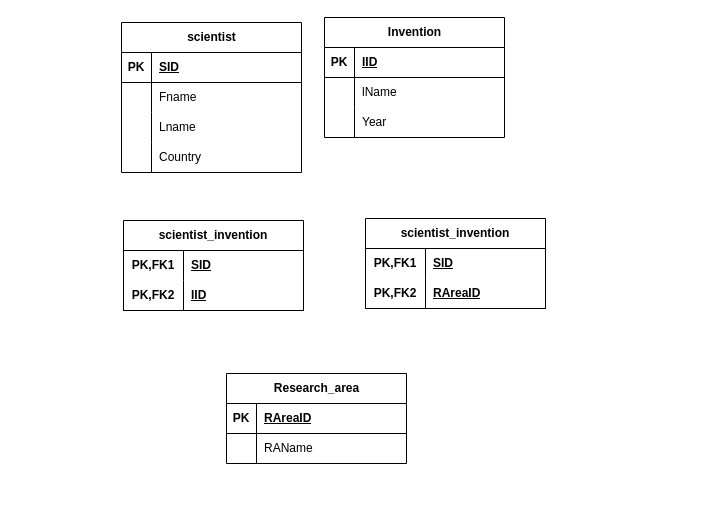
Above: RA2A2_act_(1).drawio in victor06-git/Progam_with_Victor (draw.io), before the change. Source tidied: cells renumbered, new cells numbered last; positions are measured from the earlier drawing's top-left corner, leaving out a move shared by most shapes. Both pictures are drawn from the tidied source at 100%, with x=0, y=0 at pixel (121, 17).
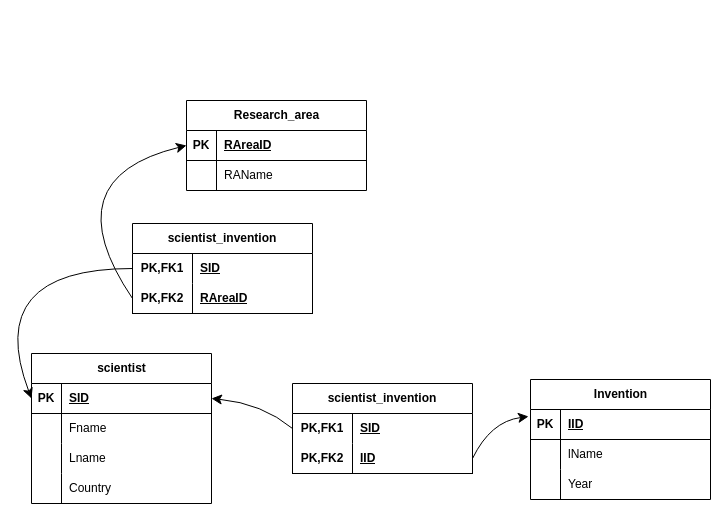
Above is the later version.

Unchanged cells that the change refers to:
```xml
<mxCell id="3" style="shape=tableRow;horizontal=0;startSize=0;swimlaneHead=0;swimlaneBody=0;fillColor=none;points=[[0,0.5],[1,0.5]];portConstraint=eastwest;top=0;left=0;right=0;bottom=1;" parent="2" vertex="1">
  <mxGeometry y="30" width="180" height="30" as="geometry" />
</mxCell>
<mxCell id="16" style="shape=tableRow;horizontal=0;startSize=0;swimlaneHead=0;swimlaneBody=0;fillColor=none;points=[[0,0.5],[1,0.5]];portConstraint=eastwest;top=0;left=0;right=0;bottom=1;" parent="15" vertex="1">
  <mxGeometry y="30" width="180" height="30" as="geometry" />
</mxCell>
<mxCell id="26" style="shape=tableRow;horizontal=0;startSize=0;swimlaneHead=0;swimlaneBody=0;fillColor=none;points=[[0,0.5],[1,0.5]];portConstraint=eastwest;top=0;left=0;right=0;bottom=0;html=1;" parent="25" vertex="1">
  <mxGeometry y="30" width="180" height="30" as="geometry" />
</mxCell>
<mxCell id="29" style="shape=tableRow;horizontal=0;startSize=0;swimlaneHead=0;swimlaneBody=0;fillColor=none;points=[[0,0.5],[1,0.5]];portConstraint=eastwest;top=0;left=0;right=0;bottom=1;html=1;" parent="25" vertex="1">
  <mxGeometry y="60" width="180" height="30" as="geometry" />
</mxCell>
<mxCell id="33" style="shape=tableRow;horizontal=0;startSize=0;swimlaneHead=0;swimlaneBody=0;fillColor=none;points=[[0,0.5],[1,0.5]];portConstraint=eastwest;top=0;left=0;right=0;bottom=0;html=1;" parent="32" vertex="1">
  <mxGeometry y="30" width="180" height="30" as="geometry" />
</mxCell>
<mxCell id="36" style="shape=tableRow;horizontal=0;startSize=0;swimlaneHead=0;swimlaneBody=0;fillColor=none;points=[[0,0.5],[1,0.5]];portConstraint=eastwest;top=0;left=0;right=0;bottom=1;html=1;" parent="32" vertex="1">
  <mxGeometry y="60" width="180" height="30" as="geometry" />
</mxCell>
<mxCell id="40" style="shape=tableRow;horizontal=0;startSize=0;swimlaneHead=0;swimlaneBody=0;fillColor=none;points=[[0,0.5],[1,0.5]];portConstraint=eastwest;top=0;left=0;right=0;bottom=1;" parent="39" vertex="1">
  <mxGeometry y="30" width="180" height="30" as="geometry" />
</mxCell>
```

Diff of the diagram source:
```diff
@@
     <mxCell id="2" value="scientist" style="shape=table;startSize=30;childLayout=tableLayout;rowLines=0;fontStyle=1;align=center;html=1;" parent="1" vertex="1">
-      <mxGeometry y="5" width="180" height="150" as="geometry" />
+      <mxGeometry x="-90" y="336" width="180" height="150" as="geometry" />
     </mxCell>
@@
     <mxCell id="15" value="Invention" style="shape=table;startSize=30;childLayout=tableLayout;rowLines=0;fontStyle=1;align=center;html=1;" parent="1" vertex="1">
-      <mxGeometry x="203" width="180" height="120" as="geometry" />
+      <mxGeometry x="409" y="362" width="180" height="120" as="geometry" />
     </mxCell>
@@
     <mxCell id="25" value="scientist_invention" style="shape=table;startSize=30;childLayout=tableLayout;rowLines=0;fontStyle=1;align=center;html=1;whiteSpace=wrap;" parent="1" vertex="1">
-      <mxGeometry x="2" y="203" width="180" height="90" as="geometry" />
+      <mxGeometry x="171" y="366" width="180" height="90" as="geometry" />
     </mxCell>
@@
     <mxCell id="32" value="scientist_invention" style="shape=table;startSize=30;childLayout=tableLayout;rowLines=0;fontStyle=1;align=center;html=1;whiteSpace=wrap;" parent="1" vertex="1">
-      <mxGeometry x="244" y="201" width="180" height="90" as="geometry" />
+      <mxGeometry x="11" y="206" width="180" height="90" as="geometry" />
     </mxCell>
@@
     <mxCell id="39" value="Research_area" style="shape=table;startSize=30;childLayout=tableLayout;rowLines=0;fontStyle=1;align=center;html=1;" parent="1" vertex="1">
-      <mxGeometry x="105" y="356" width="180" height="90" as="geometry" />
+      <mxGeometry x="65" y="83" width="180" height="90" as="geometry" />
     </mxCell>
@@
+    <mxCell id="46" style="edgeStyle=none;curved=1;rounded=0;jettySize=auto;html=1;exitX=1;exitY=0.5;exitDx=0;exitDy=0;entryX=-0.011;entryY=0.233;entryDx=0;entryDy=0;entryPerimeter=0;fontSize=12;startSize=8;endSize=8;" parent="1" edge="1" source="29" target="16">
+      <mxGeometry relative="1" as="geometry">
+        <Array as="points">
+          <mxPoint x="369" y="404" />
+        </Array>
+      </mxGeometry>
+    </mxCell>
+    <mxCell id="47" style="edgeStyle=none;curved=1;rounded=0;jettySize=auto;html=1;exitX=0;exitY=0.5;exitDx=0;exitDy=0;entryX=1;entryY=0.5;entryDx=0;entryDy=0;fontSize=12;startSize=8;endSize=8;" parent="1" edge="1" source="26" target="3">
+      <mxGeometry relative="1" as="geometry">
+        <Array as="points">
+          <mxPoint x="141" y="386" />
+        </Array>
+      </mxGeometry>
+    </mxCell>
+    <mxCell id="48" style="endArrow=classic;html=1;rounded=0;fontSize=12;startSize=8;endSize=8;curved=1;exitX=0;exitY=0.5;exitDx=0;exitDy=0;entryX=0;entryY=0.5;entryDx=0;entryDy=0;" parent="1" edge="1" source="33" target="3">
+      <mxGeometry relative="1" as="geometry">
+        <Array as="points">
+          <mxPoint x="-139" y="251" />
+        </Array>
+      </mxGeometry>
+    </mxCell>
+    <mxCell id="49" style="edgeStyle=none;curved=1;rounded=0;jettySize=auto;html=1;exitX=0;exitY=0.5;exitDx=0;exitDy=0;entryX=0;entryY=0.5;entryDx=0;entryDy=0;fontSize=12;startSize=8;endSize=8;" parent="1" edge="1" source="36" target="40">
+      <mxGeometry relative="1" as="geometry">
+        <Array as="points">
+          <mxPoint x="-70" y="161" />
+        </Array>
+      </mxGeometry>
+    </mxCell>
```
